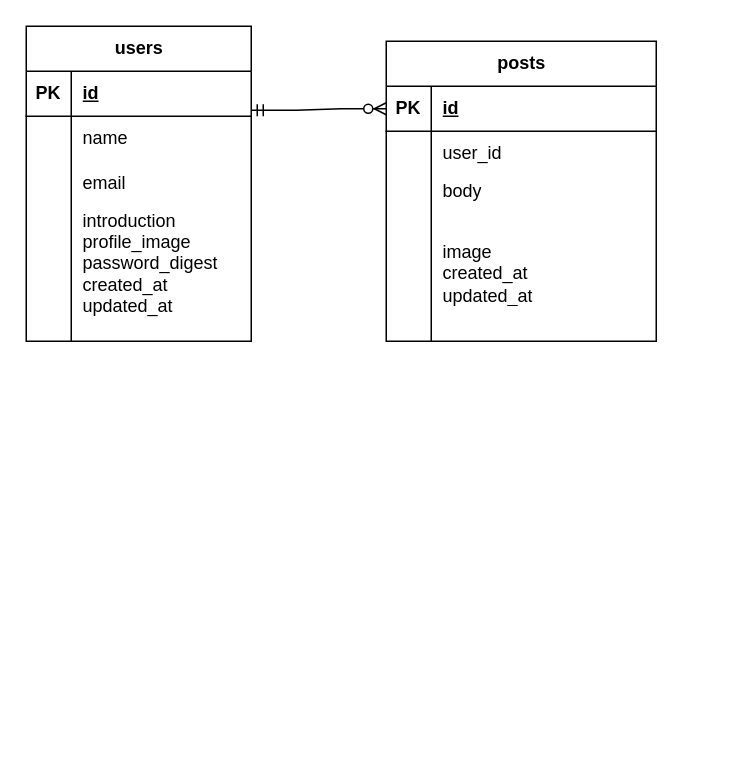
Earlier version of the draw.io diagram SQL基礎.drawio (nanase-84/-). Source tidied: cells renumbered, new cells numbered last; positions are measured from the earlier drawing's top-left corner, leaving out a move shared by most shapes. Both pictures are drawn from the tidied source at 150%, with x=0, y=0 at pixel (26, 26).
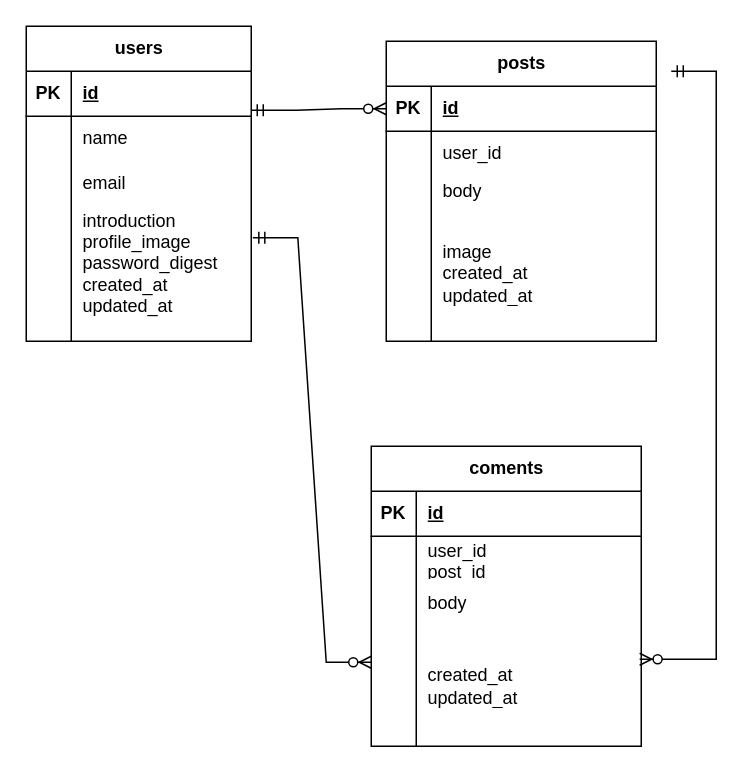
The same page after the edit.

Commit message:
SQL基礎.drawio を更新します

The change refers to these unchanged cells:
```xml
<mxCell id="12" style="shape=tableRow;horizontal=0;startSize=0;swimlaneHead=0;swimlaneBody=0;fillColor=none;points=[[0,0.5],[1,0.5]];portConstraint=eastwest;top=0;left=0;right=0;bottom=0;" parent="2" vertex="1">
  <mxGeometry y="120" width="150" height="90" as="geometry" />
</mxCell>
```

What changed in the source:
```diff
@@
+    <mxCell id="29" style="edgeStyle=entityRelationEdgeStyle;fontSize=12;html=1;endArrow=ERzeroToMany;startArrow=ERmandOne;rounded=0;entryX=0;entryY=0.3;entryDx=0;entryDy=0;entryPerimeter=0;exitX=1.007;exitY=0.233;exitDx=0;exitDy=0;exitPerimeter=0;" parent="1" edge="1" source="12" target="40">
+      <mxGeometry relative="1" as="geometry" />
+    </mxCell>
+    <mxCell id="30" value="coments" style="shape=table;startSize=30;childLayout=tableLayout;rowLines=0;fontStyle=1;align=center;html=1;" parent="1" vertex="1">
+      <mxGeometry x="230" y="280" width="180" height="200" as="geometry" />
+    </mxCell>
+    <mxCell id="31" style="shape=tableRow;horizontal=0;startSize=0;swimlaneHead=0;swimlaneBody=0;fillColor=none;top=0;left=0;right=0;bottom=1;" parent="30" vertex="1">
+      <mxGeometry y="30" width="180" height="30" as="geometry" />
+    </mxCell>
+    <mxCell id="32" value="PK" style="shape=partialRectangle;fillColor=none;top=0;left=0;bottom=0;right=0;fontStyle=1;overflow=hidden;whiteSpace=wrap;html=1;" parent="31" vertex="1">
+      <mxGeometry width="30" height="30" as="geometry" />
+    </mxCell>
+    <mxCell id="33" value="id" style="shape=partialRectangle;fillColor=none;top=0;left=0;bottom=0;right=0;align=left;spacingLeft=6;fontStyle=5;overflow=hidden;whiteSpace=wrap;html=1;" parent="31" vertex="1">
+      <mxGeometry x="30" width="150" height="30" as="geometry" />
+    </mxCell>
+    <mxCell id="34" style="shape=tableRow;horizontal=0;startSize=0;swimlaneHead=0;swimlaneBody=0;fillColor=none;top=0;left=0;right=0;bottom=0;" parent="30" vertex="1">
+      <mxGeometry y="60" width="180" height="30" as="geometry" />
+    </mxCell>
+    <mxCell id="35" style="shape=partialRectangle;fillColor=none;top=0;left=0;bottom=0;right=0;overflow=hidden;whiteSpace=wrap;html=1;" parent="34" vertex="1">
+      <mxGeometry width="30" height="30" as="geometry" />
+    </mxCell>
+    <mxCell id="36" value="&lt;div&gt;user_id&lt;/div&gt;&lt;div&gt;post_id&lt;/div&gt;" style="shape=partialRectangle;fillColor=none;top=0;left=0;bottom=0;right=0;align=left;spacingLeft=6;overflow=hidden;whiteSpace=wrap;html=1;" parent="34" vertex="1">
+      <mxGeometry x="30" width="150" height="30" as="geometry" />
+    </mxCell>
+    <mxCell id="37" style="shape=tableRow;horizontal=0;startSize=0;swimlaneHead=0;swimlaneBody=0;fillColor=none;top=0;left=0;right=0;bottom=0;" parent="30" vertex="1">
+      <mxGeometry y="90" width="180" height="30" as="geometry" />
+    </mxCell>
+    <mxCell id="38" style="shape=partialRectangle;fillColor=none;top=0;left=0;bottom=0;right=0;overflow=hidden;whiteSpace=wrap;html=1;" parent="37" vertex="1">
+      <mxGeometry width="30" height="30" as="geometry" />
+    </mxCell>
+    <mxCell id="39" value="body" style="shape=partialRectangle;fillColor=none;top=0;left=0;bottom=0;right=0;align=left;spacingLeft=6;overflow=hidden;whiteSpace=wrap;html=1;" parent="37" vertex="1">
+      <mxGeometry x="30" width="150" height="30" as="geometry" />
+    </mxCell>
+    <mxCell id="40" style="shape=tableRow;horizontal=0;startSize=0;swimlaneHead=0;swimlaneBody=0;fillColor=none;points=[[0,0.5],[1,0.5]];portConstraint=eastwest;top=0;left=0;right=0;bottom=0;" parent="30" vertex="1">
+      <mxGeometry y="120" width="180" height="80" as="geometry" />
+    </mxCell>
+    <mxCell id="41" style="shape=partialRectangle;fillColor=none;top=0;left=0;bottom=0;right=0;overflow=hidden;whiteSpace=wrap;html=1;" parent="40" vertex="1">
+      <mxGeometry width="30" height="80" as="geometry" />
+    </mxCell>
+    <mxCell id="42" value="&lt;div&gt;created_at&lt;div&gt;updated_at&lt;/div&gt;&lt;/div&gt;" style="shape=partialRectangle;fillColor=none;top=0;left=0;bottom=0;right=0;align=left;spacingLeft=6;overflow=hidden;whiteSpace=wrap;html=1;" parent="40" vertex="1">
+      <mxGeometry x="30" width="150" height="80" as="geometry" />
+    </mxCell>
+    <mxCell id="43" style="edgeStyle=entityRelationEdgeStyle;fontSize=12;html=1;endArrow=ERzeroToMany;startArrow=ERmandOne;rounded=0;entryX=0.994;entryY=0.275;entryDx=0;entryDy=0;entryPerimeter=0;" parent="1" edge="1" target="40">
+      <mxGeometry relative="1" as="geometry">
+        <mxPoint x="430" y="30" as="sourcePoint" />
+      </mxGeometry>
+    </mxCell>
```
